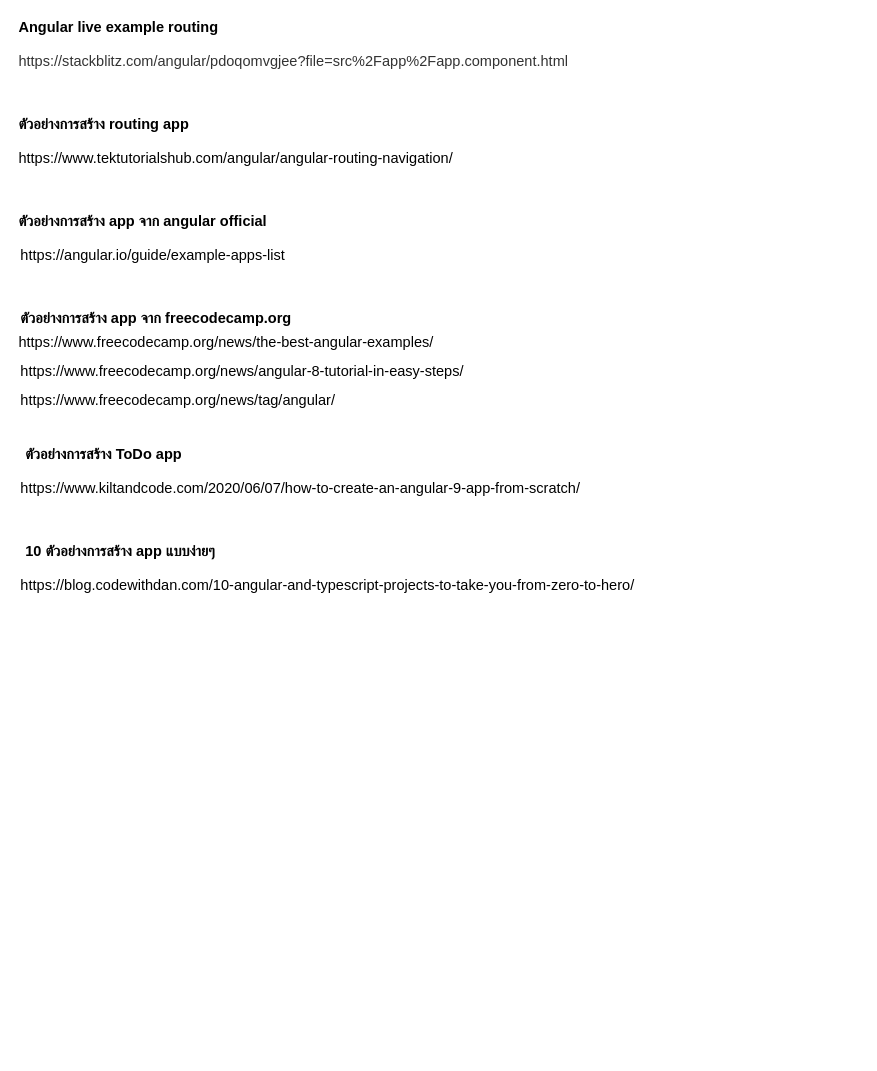
Rainday777/angular-grade keeps this draw.io diagram as page "example" (7 of 7) of angular(2).drawio. Above is the earlier version. Source tidied: cells renumbered, new cells numbered last; positions are measured from the earlier drawing's top-left corner, leaving out a move shared by most shapes. Both pictures are drawn from the tidied source at 97%, with x=0, y=0 at pixel (16, 16).
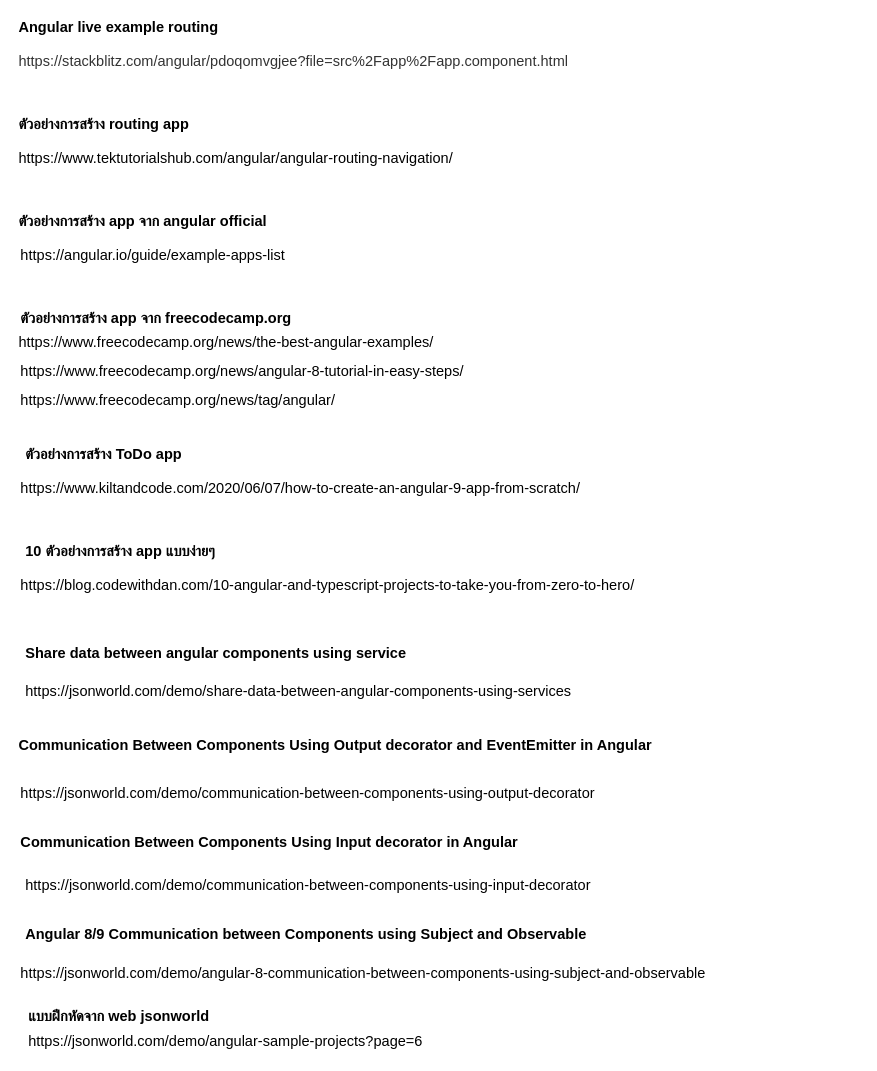
Above is the later version.

Diff of the diagram source:
```diff
@@
+    <mxCell id="16" value="Share data between angular components using service" style="text;fontStyle=1;fontSize=15;" parent="1" vertex="1">
+      <mxGeometry x="8" y="640" width="550" height="30" as="geometry" />
+    </mxCell>
+    <mxCell id="17" value="https://jsonworld.com/demo/share-data-between-angular-components-using-services" style="text;whiteSpace=wrap;html=1;fontSize=15;" parent="1" vertex="1">
+      <mxGeometry x="8" y="680" width="750" height="50" as="geometry" />
+    </mxCell>
+    <mxCell id="18" value="Communication Between Components Using Output decorator and EventEmitter in Angular" style="text;whiteSpace=wrap;fontSize=15;fontStyle=1;" parent="1" vertex="1">
+      <mxGeometry x="0.5" y="735" width="870" height="50" as="geometry" />
+    </mxCell>
+    <mxCell id="19" value="https://jsonworld.com/demo/communication-between-components-using-output-decorator" style="text;whiteSpace=wrap;html=1;fontSize=15;" parent="1" vertex="1">
+      <mxGeometry x="3" y="785" width="715" height="50" as="geometry" />
+    </mxCell>
+    <mxCell id="20" value="Communication Between Components Using Input decorator in Angular" style="text;fontSize=15;fontStyle=1;" parent="1" vertex="1">
+      <mxGeometry x="3" y="835" width="640" height="30" as="geometry" />
+    </mxCell>
+    <mxCell id="21" value="https://jsonworld.com/demo/communication-between-components-using-input-decorator" style="text;whiteSpace=wrap;html=1;fontSize=15;" parent="1" vertex="1">
+      <mxGeometry x="8" y="880" width="710" height="50" as="geometry" />
+    </mxCell>
+    <mxCell id="22" value="Angular 8/9 Communication between Components using Subject and Observable" style="text;fontSize=15;fontStyle=1;" parent="1" vertex="1">
+      <mxGeometry x="8" y="930" width="550" height="30" as="geometry" />
+    </mxCell>
+    <mxCell id="23" value="https://jsonworld.com/demo/angular-8-communication-between-components-using-subject-and-observable" style="text;whiteSpace=wrap;html=1;fontSize=15;" parent="1" vertex="1">
+      <mxGeometry x="3" y="970" width="735" height="50" as="geometry" />
+    </mxCell>
+    <mxCell id="24" value="https://jsonworld.com/demo/angular-sample-projects?page=6" style="text;whiteSpace=wrap;html=1;fontSize=15;" parent="1" vertex="1">
+      <mxGeometry x="10.5" y="1040" width="430" height="30" as="geometry" />
+    </mxCell>
+    <mxCell id="25" value="แบบฝึกหัดจาก web jsonworld" style="text;html=1;strokeColor=none;fillColor=none;align=left;verticalAlign=middle;whiteSpace=wrap;rounded=0;fontSize=15;fontStyle=1;" parent="1" vertex="1">
+      <mxGeometry x="11" y="1020" width="397" height="20" as="geometry" />
+    </mxCell>
```
